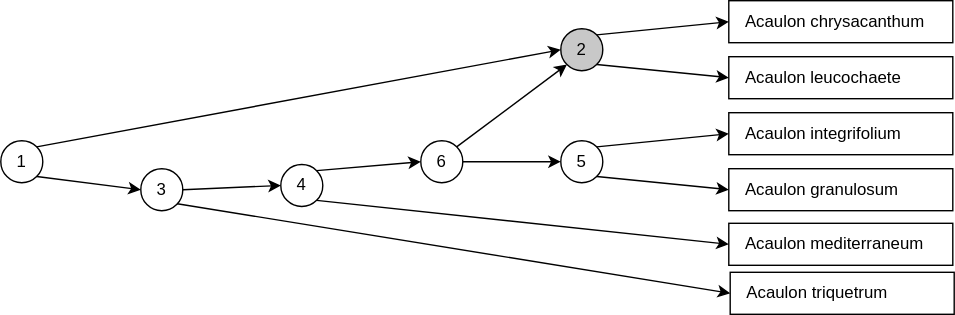
Before: docs/media/decision-tree-reticulation.drawio.svg, a diagram exported from draw.io (rbgvictoria/keybase_model). Source tidied: cells renumbered, new cells last; positions are measured from the earlier drawing's top-left corner, leaving out a move shared by most shapes.
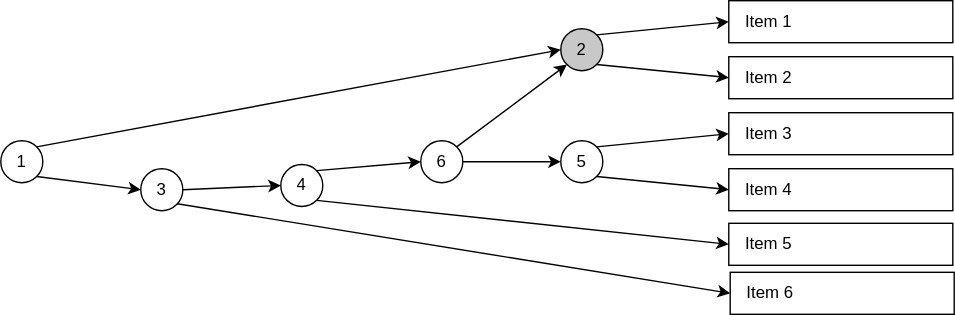
After the commit.

Diff of the diagram source:
```diff
@@ -5,22 +5,22 @@
     <mxCell id="2" value="1" style="ellipse;whiteSpace=wrap;html=1;" parent="1" vertex="1">
       <mxGeometry y="100" width="30" height="30" as="geometry" />
     </mxCell>
-    <mxCell id="3" value="Acaulon chrysacanthum" style="rounded=0;whiteSpace=wrap;html=1;align=left;spacingLeft=10;strokeColor=default;fillColor=none;" parent="1" vertex="1">
+    <mxCell id="3" value="Item 1" style="rounded=0;whiteSpace=wrap;html=1;align=left;spacingLeft=10;strokeColor=default;fillColor=none;" parent="1" vertex="1">
       <mxGeometry x="520" width="160" height="30" as="geometry" />
     </mxCell>
-    <mxCell id="4" value="Acaulon leucochaete" style="rounded=0;whiteSpace=wrap;html=1;align=left;spacingLeft=10;strokeColor=default;fillColor=none;" parent="1" vertex="1">
+    <mxCell id="4" value="Item 2" style="rounded=0;whiteSpace=wrap;html=1;align=left;spacingLeft=10;strokeColor=default;fillColor=none;" parent="1" vertex="1">
       <mxGeometry x="520" y="40" width="160" height="30" as="geometry" />
     </mxCell>
-    <mxCell id="5" value="Acaulon triquetrum" style="rounded=0;whiteSpace=wrap;html=1;align=left;spacingLeft=10;strokeColor=default;fillColor=none;" parent="1" vertex="1">
+    <mxCell id="5" value="Item 6" style="rounded=0;whiteSpace=wrap;html=1;align=left;spacingLeft=10;strokeColor=default;fillColor=none;" parent="1" vertex="1">
       <mxGeometry x="521" y="194" width="160" height="30" as="geometry" />
     </mxCell>
-    <mxCell id="6" value="Acaulon mediterraneum" style="rounded=0;whiteSpace=wrap;html=1;align=left;spacingLeft=10;strokeColor=default;fillColor=none;" parent="1" vertex="1">
+    <mxCell id="6" value="Item 5" style="rounded=0;whiteSpace=wrap;html=1;align=left;spacingLeft=10;strokeColor=default;fillColor=none;" parent="1" vertex="1">
       <mxGeometry x="520" y="159" width="160" height="30" as="geometry" />
     </mxCell>
-    <mxCell id="7" value="Acaulon integrifolium" style="rounded=0;whiteSpace=wrap;html=1;align=left;spacingLeft=10;strokeColor=default;fillColor=none;" parent="1" vertex="1">
+    <mxCell id="7" value="Item 3" style="rounded=0;whiteSpace=wrap;html=1;align=left;spacingLeft=10;strokeColor=default;fillColor=none;" parent="1" vertex="1">
       <mxGeometry x="520" y="80" width="160" height="30" as="geometry" />
     </mxCell>
-    <mxCell id="8" value="Acaulon granulosum" style="rounded=0;whiteSpace=wrap;html=1;align=left;spacingLeft=10;strokeColor=default;fillColor=none;" parent="1" vertex="1">
+    <mxCell id="8" value="Item 4" style="rounded=0;whiteSpace=wrap;html=1;align=left;spacingLeft=10;strokeColor=default;fillColor=none;" parent="1" vertex="1">
       <mxGeometry x="520" y="120" width="160" height="30" as="geometry" />
     </mxCell>
     <mxCell id="9" value="2" style="ellipse;whiteSpace=wrap;html=1;fillColor=#C8C8C8;" parent="1" vertex="1">
```
